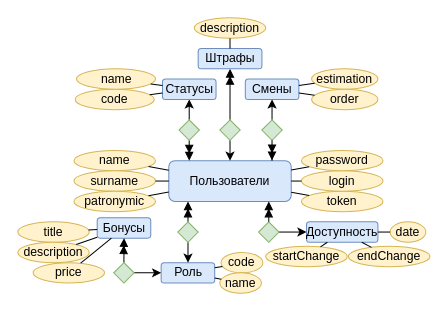
Earlier version of the draw.io diagram page "Концептуальная модель" (1 of 3) of documents/Самокат (4).drawio (ladyaev-na/CourseProject4). Source tidied: cells renumbered, new cells numbered last; positions are measured from the earlier drawing's top-left corner, leaving out a move shared by most shapes. Both pictures are drawn from the tidied source at 102%, with x=0, y=0 at pixel (17, 17).
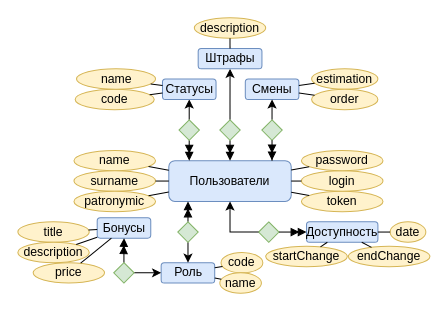
After the change.

Unchanged cells that the change refers to:
```xml
<mxCell id="2" value="Пользователи" style="rounded=1;whiteSpace=wrap;html=1;fillColor=#dae8fc;strokeColor=#6c8ebf;" parent="1" vertex="1">
  <mxGeometry x="148" y="140" width="120" height="40" as="geometry" />
</mxCell>
<mxCell id="20" style="rhombus;whiteSpace=wrap;html=1;fillColor=#d5e8d4;strokeColor=#82b366;" parent="1" vertex="1">
  <mxGeometry x="198" y="100" width="20" height="20" as="geometry" />
</mxCell>
<mxCell id="22" value="Штрафы" style="rounded=1;whiteSpace=wrap;html=1;fillColor=#dae8fc;strokeColor=#6c8ebf;" parent="1" vertex="1">
  <mxGeometry x="176.8" y="30" width="62.5" height="20" as="geometry" />
</mxCell>
<mxCell id="47" value="Доступность" style="rounded=1;whiteSpace=wrap;html=1;fillColor=#dae8fc;strokeColor=#6c8ebf;" parent="1" vertex="1">
  <mxGeometry x="283" y="200" width="70" height="20" as="geometry" />
</mxCell>
<mxCell id="53" style="rhombus;whiteSpace=wrap;html=1;fillColor=#d5e8d4;strokeColor=#82b366;" parent="1" vertex="1">
  <mxGeometry x="236" y="200" width="20" height="20" as="geometry" />
</mxCell>
```

Diff of the diagram source:
```diff
@@
-    <mxCell id="18" style="edgeStyle=orthogonalEdgeStyle;rounded=1;jettySize=auto;html=1;endArrow=classic;endFill=1;" parent="1" edge="1" source="20" target="2">
+    <mxCell id="18" style="edgeStyle=orthogonalEdgeStyle;rounded=1;jettySize=auto;html=1;endArrow=doubleBlock;endFill=1;" parent="1" edge="1" source="20" target="2">
       <mxGeometry relative="1" as="geometry" />
     </mxCell>
-    <mxCell id="19" style="edgeStyle=orthogonalEdgeStyle;rounded=1;jettySize=auto;html=1;entryX=0.5;entryY=1;entryDx=0;entryDy=0;endArrow=doubleBlock;endFill=1;" parent="1" edge="1" source="20" target="22">
+    <mxCell id="19" style="edgeStyle=orthogonalEdgeStyle;rounded=1;jettySize=auto;html=1;entryX=0.5;entryY=1;entryDx=0;entryDy=0;endArrow=classic;endFill=1;" parent="1" edge="1" source="20" target="22">
       <mxGeometry relative="1" as="geometry" />
     </mxCell>
@@
-    <mxCell id="52" style="edgeStyle=orthogonalEdgeStyle;rounded=1;jettySize=auto;html=1;endArrow=classic;endFill=1;" parent="1" edge="1" source="53" target="47">
-      <mxGeometry relative="1" as="geometry">
-        <Array as="points">
-          <mxPoint x="245" y="209" />
-          <mxPoint x="245" y="209" />
-        </Array>
-      </mxGeometry>
-    </mxCell>
@@
-    <mxCell id="64" style="edgeStyle=orthogonalEdgeStyle;rounded=0;jettySize=auto;html=1;entryX=0.816;entryY=0.987;entryDx=0;entryDy=0;entryPerimeter=0;endArrow=doubleBlock;endFill=1;" parent="1" edge="1" source="53" target="2">
-      <mxGeometry relative="1" as="geometry" />
+    <mxCell id="64" style="endArrow=classic;html=1;rounded=0;" parent="1" edge="1" source="53" target="2">
+      <mxGeometry relative="1" as="geometry">
+        <Array as="points">
+          <mxPoint x="208" y="210" />
+        </Array>
+      </mxGeometry>
     </mxCell>
+    <mxCell id="52" style="endArrow=doubleBlock;html=1;rounded=0;endFill=1;" parent="1" edge="1" source="53" target="47">
+      <mxGeometry relative="1" as="geometry" />
+    </mxCell>
```
